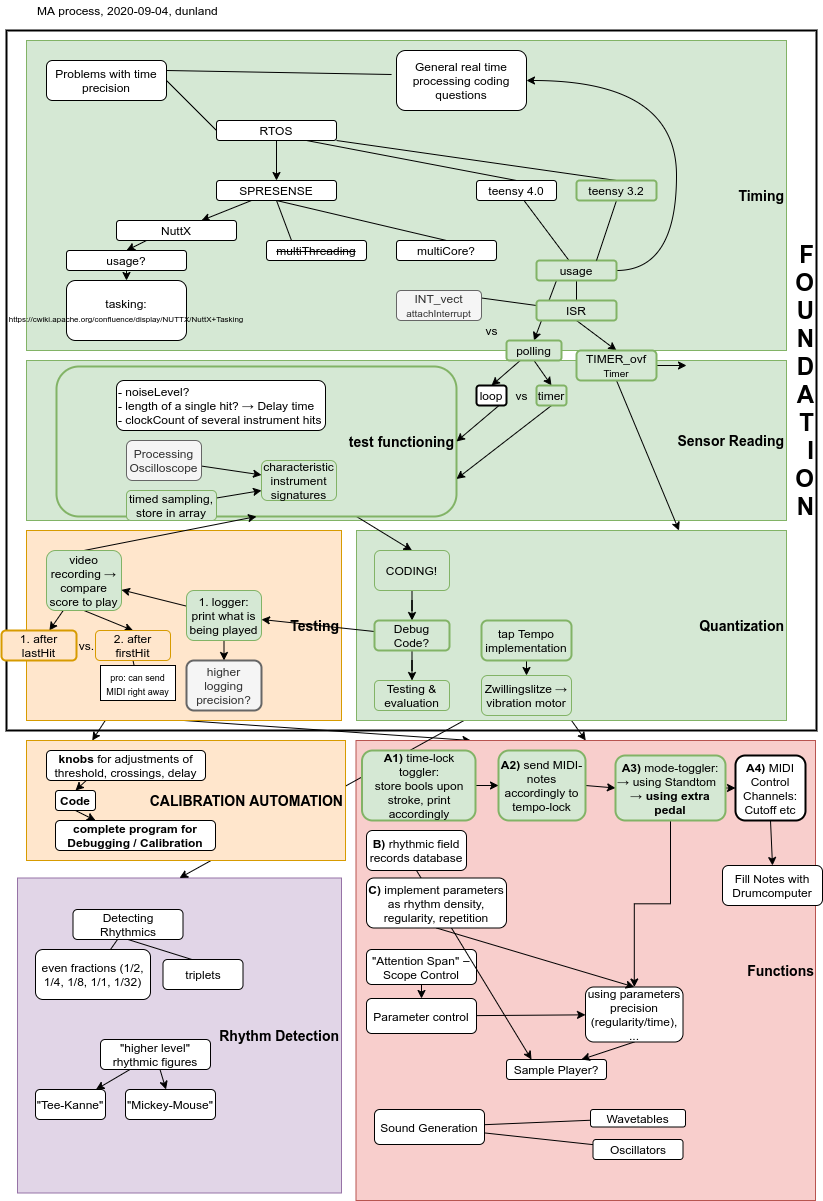
dunland/muscle keeps this draw.io diagram as muscle/Doc/MA_progress-current.png. Above is the earlier version. Source tidied: cells renumbered, new cells last; positions are measured from the earlier drawing's top-left corner, leaving out a move shared by most shapes.
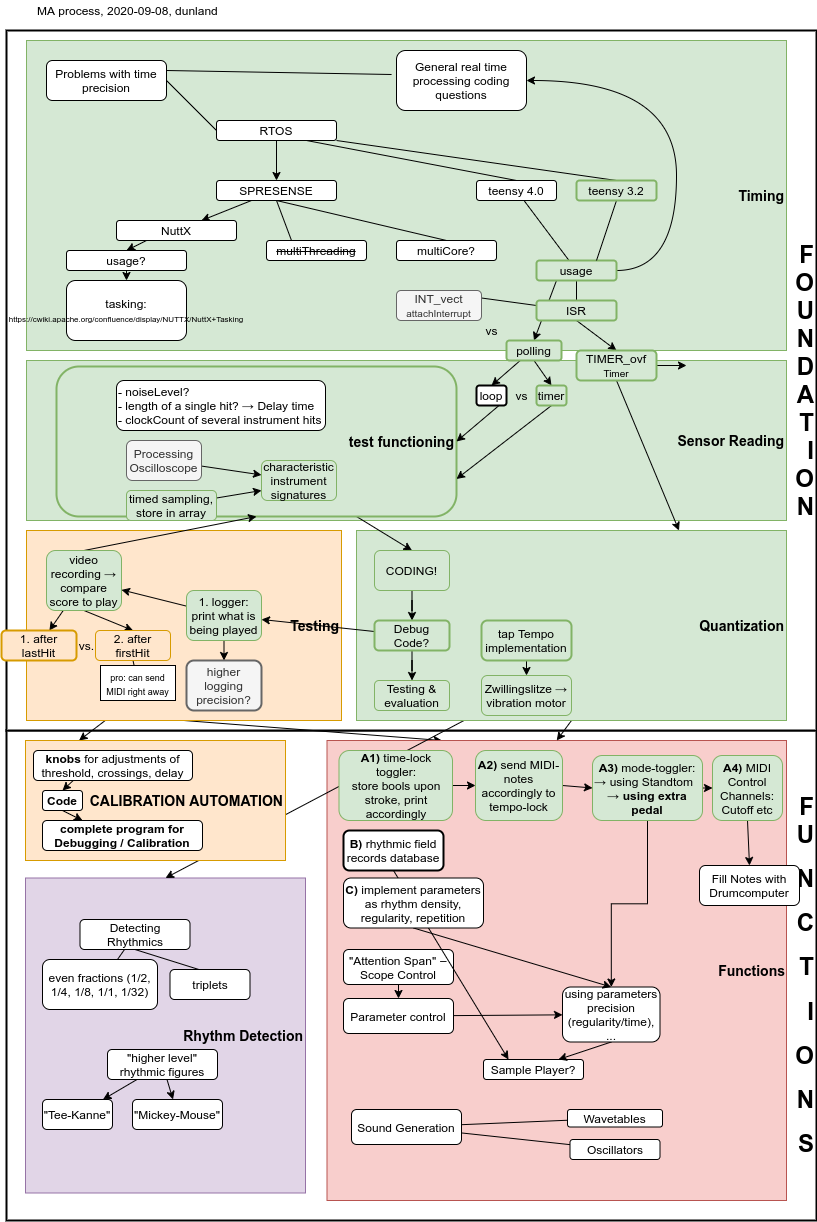
The same file after the commit.

Commit message:
SWELL USED FOR MIDI CC ONLY -- stable!

The edit, as a diff of the source:
```diff
@@ -2,6 +2,9 @@
   <root>
     <mxCell id="0" />
     <mxCell id="1" parent="0" />
+    <mxCell id="130" value="&lt;h1&gt;F&lt;br&gt;U&lt;/h1&gt;&lt;h1&gt;N&lt;/h1&gt;&lt;h1&gt;C&lt;/h1&gt;&lt;h1&gt;T&lt;/h1&gt;&lt;h1&gt;I&lt;/h1&gt;&lt;h1&gt;O&lt;/h1&gt;&lt;h1&gt;N&lt;/h1&gt;&lt;h1&gt;S&lt;/h1&gt;" style="rounded=0;whiteSpace=wrap;html=1;strokeWidth=2;align=right;" parent="1" vertex="1">
+      <mxGeometry x="5" y="730" width="810" height="490" as="geometry" />
+    </mxCell>
     <mxCell id="2" value="&lt;h1&gt;F&lt;br&gt;O&lt;br&gt;U&lt;br&gt;N&lt;br&gt;D&lt;br&gt;A&lt;br&gt;T&lt;br&gt;I&lt;br&gt;O&lt;br&gt;N&lt;/h1&gt;" style="rounded=0;whiteSpace=wrap;html=1;strokeWidth=2;align=right;" parent="1" vertex="1">
       <mxGeometry x="5" y="30" width="810" height="700" as="geometry" />
     </mxCell>
@@ -101,13 +104,13 @@
       <mxGeometry x="395" y="240" width="100" height="20" as="geometry" />
     </mxCell>
     <mxCell id="33" value="&lt;font size=&quot;1&quot;&gt;&lt;b style=&quot;font-size: 14px&quot;&gt;Rhythm Detection&lt;/b&gt;&lt;/font&gt;" style="rounded=0;whiteSpace=wrap;html=1;align=right;fillColor=#e1d5e7;strokeColor=#9673a6;" parent="1" vertex="1">
-      <mxGeometry x="16" y="877.5" width="324" height="315" as="geometry" />
+      <mxGeometry x="24" y="877.5" width="280" height="315" as="geometry" />
     </mxCell>
     <mxCell id="34" value="&lt;font size=&quot;1&quot;&gt;&lt;b style=&quot;font-size: 14px&quot;&gt;Functions&lt;br&gt;&lt;/b&gt;&lt;/font&gt;" style="rounded=0;whiteSpace=wrap;html=1;align=right;fillColor=#f8cecc;strokeColor=#b85450;" parent="1" vertex="1">
-      <mxGeometry x="354.5" y="740" width="459.5" height="460" as="geometry" />
+      <mxGeometry x="325.5" y="740" width="459.5" height="460" as="geometry" />
     </mxCell>
     <mxCell id="35" value="Sample Player?" style="rounded=1;whiteSpace=wrap;html=1;" parent="1" vertex="1">
-      <mxGeometry x="505" y="1059" width="100" height="20" as="geometry" />
+      <mxGeometry x="482" y="1059" width="100" height="20" as="geometry" />
     </mxCell>
     <mxCell id="36" style="edgeStyle=none;rounded=0;jettySize=auto;html=1;endArrow=none;endFill=0;" parent="1" edge="1" source="38" target="40">
       <mxGeometry relative="1" as="geometry" />
@@ -116,25 +119,25 @@
       <mxGeometry relative="1" as="geometry" />
     </mxCell>
     <mxCell id="38" value="Sound Generation" style="rounded=1;whiteSpace=wrap;html=1;" parent="1" vertex="1">
-      <mxGeometry x="373" y="1109" width="110" height="35" as="geometry" />
+      <mxGeometry x="350" y="1109" width="110" height="35" as="geometry" />
     </mxCell>
     <mxCell id="39" value="Wavetables" style="rounded=1;whiteSpace=wrap;html=1;" parent="1" vertex="1">
-      <mxGeometry x="589" y="1109" width="95" height="17.5" as="geometry" />
+      <mxGeometry x="566" y="1109" width="95" height="17.5" as="geometry" />
     </mxCell>
     <mxCell id="40" value="Oscillators" style="rounded=1;whiteSpace=wrap;html=1;" parent="1" vertex="1">
-      <mxGeometry x="591.5" y="1139" width="90" height="20" as="geometry" />
+      <mxGeometry x="568.5" y="1139" width="90" height="20" as="geometry" />
     </mxCell>
     <mxCell id="41" style="edgeStyle=none;rounded=0;jettySize=auto;html=1;" parent="1" edge="1" source="42" target="44">
       <mxGeometry relative="1" as="geometry" />
     </mxCell>
     <mxCell id="42" value="&quot;Attention Span&quot; ‒ Scope Control" style="rounded=1;whiteSpace=wrap;html=1;" parent="1" vertex="1">
-      <mxGeometry x="365" y="949" width="110" height="35" as="geometry" />
+      <mxGeometry x="342" y="949" width="110" height="35" as="geometry" />
     </mxCell>
     <mxCell id="43" style="edgeStyle=none;rounded=0;jettySize=auto;html=1;endArrow=classic;endFill=1;" parent="1" edge="1" source="44" target="117">
       <mxGeometry relative="1" as="geometry" />
     </mxCell>
     <mxCell id="44" value="Parameter control" style="rounded=1;whiteSpace=wrap;html=1;" parent="1" vertex="1">
-      <mxGeometry x="365" y="998" width="110" height="35" as="geometry" />
+      <mxGeometry x="342" y="998" width="110" height="35" as="geometry" />
     </mxCell>
     <mxCell id="45" style="edgeStyle=none;rounded=0;jettySize=auto;html=1;endArrow=none;endFill=0;" parent="1" edge="1" source="47" target="48">
       <mxGeometry relative="1" as="geometry" />
@@ -143,13 +146,13 @@
       <mxGeometry relative="1" as="geometry" />
     </mxCell>
     <mxCell id="47" value="Detecting Rhythmics" style="rounded=1;whiteSpace=wrap;html=1;" parent="1" vertex="1">
-      <mxGeometry x="71.5" y="909" width="110" height="30" as="geometry" />
+      <mxGeometry x="78.5" y="919" width="110" height="30" as="geometry" />
     </mxCell>
     <mxCell id="48" value="even fractions (1/2, 1/4, 1/8, 1/1, 1/32)" style="rounded=1;whiteSpace=wrap;html=1;" parent="1" vertex="1">
-      <mxGeometry x="34" y="949" width="115" height="50" as="geometry" />
+      <mxGeometry x="41" y="959" width="115" height="50" as="geometry" />
     </mxCell>
     <mxCell id="49" value="triplets" style="rounded=1;whiteSpace=wrap;html=1;" parent="1" vertex="1">
-      <mxGeometry x="161.5" y="959" width="80" height="30" as="geometry" />
+      <mxGeometry x="168.5" y="969" width="80" height="30" as="geometry" />
     </mxCell>
     <mxCell id="50" style="edgeStyle=none;rounded=0;jettySize=auto;html=1;" parent="1" edge="1" source="52" target="54">
       <mxGeometry relative="1" as="geometry" />
@@ -158,15 +161,15 @@
       <mxGeometry relative="1" as="geometry" />
     </mxCell>
     <mxCell id="52" value="&quot;higher level&quot; rhythmic figures" style="rounded=1;whiteSpace=wrap;html=1;" parent="1" vertex="1">
-      <mxGeometry x="99" y="1039" width="110" height="30" as="geometry" />
+      <mxGeometry x="106" y="1049" width="110" height="30" as="geometry" />
     </mxCell>
     <mxCell id="53" value="&quot;Mickey-Mouse&quot;" style="rounded=1;whiteSpace=wrap;html=1;" parent="1" vertex="1">
-      <mxGeometry x="124" y="1089" width="90" height="30" as="geometry" />
+      <mxGeometry x="131" y="1099" width="90" height="30" as="geometry" />
     </mxCell>
     <mxCell id="54" value="&quot;Tee-Kanne&quot;" style="rounded=1;whiteSpace=wrap;html=1;" parent="1" vertex="1">
-      <mxGeometry x="34" y="1089" width="70" height="30" as="geometry" />
+      <mxGeometry x="41" y="1099" width="70" height="30" as="geometry" />
     </mxCell>
-    <mxCell id="55" value="&lt;div align=&quot;left&quot;&gt;MA process, 2020-09-04, dunland&lt;br&gt;&lt;/div&gt;" style="text;html=1;strokeColor=none;fillColor=none;align=left;verticalAlign=middle;whiteSpace=wrap;rounded=0;" parent="1" vertex="1">
+    <mxCell id="55" value="&lt;div align=&quot;left&quot;&gt;MA process, 2020-09-08, dunland&lt;br&gt;&lt;/div&gt;" style="text;html=1;strokeColor=none;fillColor=none;align=left;verticalAlign=middle;whiteSpace=wrap;rounded=0;" parent="1" vertex="1">
       <mxGeometry x="34" width="350" height="20" as="geometry" />
     </mxCell>
     <mxCell id="56" style="edgeStyle=none;rounded=0;jettySize=auto;html=1;entryX=0.5;entryY=0;entryDx=0;entryDy=0;exitX=0.25;exitY=1;exitDx=0;exitDy=0;" parent="1" edge="1" source="58" target="33">
@@ -188,7 +191,7 @@
       <mxGeometry x="535" y="300" width="80" height="20" as="geometry" />
     </mxCell>
     <mxCell id="62" value="Fill Notes with Drumcomputer" style="rounded=1;whiteSpace=wrap;html=1;" parent="1" vertex="1">
-      <mxGeometry x="721" y="865" width="100" height="40" as="geometry" />
+      <mxGeometry x="698" y="865" width="100" height="40" as="geometry" />
     </mxCell>
     <mxCell id="63" style="edgeStyle=none;rounded=0;jettySize=auto;html=1;exitX=0.5;exitY=1;exitDx=0;exitDy=0;entryX=0.5;entryY=0;entryDx=0;entryDy=0;" parent="1" edge="1" source="64" target="18">
       <mxGeometry relative="1" as="geometry" />
@@ -310,7 +313,7 @@
       <mxGeometry x="373" y="680" width="75" height="30" as="geometry" />
     </mxCell>
     <mxCell id="102" value="&lt;h3&gt;CALIBRATION AUTOMATION&lt;/h3&gt;" style="rounded=0;whiteSpace=wrap;html=1;strokeWidth=1;fillColor=#ffe6cc;strokeColor=#d79b00;align=right;" parent="1" vertex="1">
-      <mxGeometry x="25" y="740" width="319" height="120" as="geometry" />
+      <mxGeometry x="24" y="740" width="260" height="120" as="geometry" />
     </mxCell>
     <mxCell id="103" style="edgeStyle=none;rounded=0;jettySize=auto;html=1;entryX=0.5;entryY=0;entryDx=0;entryDy=0;" parent="1" edge="1" source="104" target="112">
       <mxGeometry relative="1" as="geometry" />
@@ -328,16 +331,16 @@
       <mxGeometry relative="1" as="geometry" />
     </mxCell>
     <mxCell id="108" value="&lt;b&gt;knobs&lt;/b&gt; for adjustments of threshold, crossings, delay" style="rounded=1;whiteSpace=wrap;html=1;strokeWidth=1;" parent="1" vertex="1">
-      <mxGeometry x="45" y="750" width="159" height="30" as="geometry" />
+      <mxGeometry x="32" y="750" width="159" height="30" as="geometry" />
     </mxCell>
     <mxCell id="109" style="edgeStyle=none;rounded=0;jettySize=auto;html=1;exitX=0.5;exitY=1;exitDx=0;exitDy=0;entryX=0.25;entryY=0;entryDx=0;entryDy=0;" parent="1" edge="1" source="110" target="111">
       <mxGeometry relative="1" as="geometry" />
     </mxCell>
     <mxCell id="110" value="&lt;b&gt;Code&lt;/b&gt;" style="rounded=1;whiteSpace=wrap;html=1;strokeWidth=1;" parent="1" vertex="1">
-      <mxGeometry x="54" y="790" width="40" height="20" as="geometry" />
+      <mxGeometry x="41" y="790" width="40" height="20" as="geometry" />
     </mxCell>
     <mxCell id="111" value="&lt;b&gt;complete program for Debugging / Calibration&lt;/b&gt;" style="rounded=1;whiteSpace=wrap;html=1;strokeWidth=1;" parent="1" vertex="1">
-      <mxGeometry x="54" y="820" width="160" height="30" as="geometry" />
+      <mxGeometry x="41" y="820" width="160" height="30" as="geometry" />
     </mxCell>
     <mxCell id="112" value="Zwillingslitze → vibration motor" style="rounded=1;whiteSpace=wrap;html=1;strokeWidth=1;fillColor=#d5e8d4;strokeColor=#82b366;" parent="1" vertex="1">
       <mxGeometry x="480" y="675" width="90" height="40" as="geometry" />
@@ -348,26 +351,26 @@
     <mxCell id="114" style="edgeStyle=none;rounded=0;jettySize=auto;html=1;exitX=1;exitY=0.5;exitDx=0;exitDy=0;entryX=0;entryY=0.5;entryDx=0;entryDy=0;" parent="1" edge="1" source="115" target="129">
       <mxGeometry relative="1" as="geometry" />
     </mxCell>
-    <mxCell id="115" value="&lt;b&gt;A2)&lt;/b&gt; send MIDI-notes accordingly to tempo-lock" style="rounded=1;whiteSpace=wrap;html=1;strokeWidth=2;fillColor=#d5e8d4;strokeColor=#82b366;" parent="1" vertex="1">
-      <mxGeometry x="497" y="750" width="87" height="70" as="geometry" />
+    <mxCell id="115" value="&lt;b&gt;A2)&lt;/b&gt; send MIDI-notes accordingly to tempo-lock" style="rounded=1;whiteSpace=wrap;html=1;strokeWidth=1;fillColor=#d5e8d4;strokeColor=#82b366;" parent="1" vertex="1">
+      <mxGeometry x="474" y="750" width="87" height="70" as="geometry" />
     </mxCell>
     <mxCell id="116" style="edgeStyle=none;rounded=0;jettySize=auto;html=1;exitX=0.5;exitY=1;exitDx=0;exitDy=0;entryX=0.75;entryY=0;entryDx=0;entryDy=0;endArrow=classic;endFill=1;" parent="1" edge="1" source="117" target="35">
       <mxGeometry relative="1" as="geometry" />
     </mxCell>
     <mxCell id="117" value="using parameters precision (regularity/time), ..." style="rounded=1;whiteSpace=wrap;html=1;strokeWidth=1;" parent="1" vertex="1">
-      <mxGeometry x="584" y="986.5" width="97.5" height="55" as="geometry" />
+      <mxGeometry x="561" y="986.5" width="97.5" height="55" as="geometry" />
     </mxCell>
     <mxCell id="118" style="edgeStyle=none;rounded=0;jettySize=auto;html=1;exitX=0.5;exitY=1;exitDx=0;exitDy=0;entryX=0.25;entryY=0;entryDx=0;entryDy=0;endArrow=classic;endFill=1;" parent="1" edge="1" source="119" target="35">
       <mxGeometry relative="1" as="geometry" />
     </mxCell>
-    <mxCell id="119" value="&lt;b&gt;B)&lt;/b&gt; rhythmic field records database" style="rounded=1;whiteSpace=wrap;html=1;" parent="1" vertex="1">
-      <mxGeometry x="365" y="830" width="100" height="40" as="geometry" />
+    <mxCell id="119" value="&lt;b&gt;B)&lt;/b&gt; rhythmic field records database" style="rounded=1;whiteSpace=wrap;html=1;strokeWidth=2;" parent="1" vertex="1">
+      <mxGeometry x="342" y="830" width="100" height="40" as="geometry" />
     </mxCell>
     <mxCell id="120" style="rounded=0;jettySize=auto;html=1;exitX=1;exitY=0.5;exitDx=0;exitDy=0;entryX=0;entryY=0.5;entryDx=0;entryDy=0;" parent="1" edge="1" source="121" target="115">
       <mxGeometry relative="1" as="geometry" />
     </mxCell>
-    <mxCell id="121" value="&lt;b&gt;A1)&lt;/b&gt; time-lock toggler:&lt;br&gt;store bools upon stroke, print accordingly" style="rounded=1;whiteSpace=wrap;html=1;strokeWidth=2;fillColor=#d5e8d4;strokeColor=#82b366;" parent="1" vertex="1">
-      <mxGeometry x="360.5" y="750" width="113.5" height="70" as="geometry" />
+    <mxCell id="121" value="&lt;b&gt;A1)&lt;/b&gt; time-lock toggler:&lt;br&gt;store bools upon stroke, print accordingly" style="rounded=1;whiteSpace=wrap;html=1;strokeWidth=1;fillColor=#d5e8d4;strokeColor=#82b366;" parent="1" vertex="1">
+      <mxGeometry x="337.5" y="750" width="113.5" height="70" as="geometry" />
     </mxCell>
     <mxCell id="122" value="higher logging precision?" style="rounded=1;whiteSpace=wrap;html=1;strokeWidth=2;fillColor=#f5f5f5;strokeColor=#666666;fontColor=#333333;" parent="1" vertex="1">
       <mxGeometry x="185" y="660" width="75" height="50" as="geometry" />
@@ -381,17 +384,17 @@
     <mxCell id="125" style="edgeStyle=none;rounded=0;jettySize=auto;html=1;exitX=0.5;exitY=1;exitDx=0;exitDy=0;entryX=0.5;entryY=0;entryDx=0;entryDy=0;endArrow=classic;endFill=1;" parent="1" edge="1" source="126" target="62">
       <mxGeometry relative="1" as="geometry" />
     </mxCell>
-    <mxCell id="126" value="&lt;b&gt;A4)&lt;/b&gt;&amp;nbsp;MIDI Control Channels: Cutoff etc" style="rounded=1;whiteSpace=wrap;html=1;strokeWidth=2;" parent="1" vertex="1">
-      <mxGeometry x="734" y="755" width="70" height="65" as="geometry" />
+    <mxCell id="126" value="&lt;b&gt;A4)&lt;/b&gt;&amp;nbsp;MIDI Control Channels: Cutoff etc" style="rounded=1;whiteSpace=wrap;html=1;strokeWidth=1;fillColor=#d5e8d4;strokeColor=#82b366;" parent="1" vertex="1">
+      <mxGeometry x="711" y="755" width="70" height="65" as="geometry" />
     </mxCell>
     <mxCell id="127" style="edgeStyle=none;rounded=0;jettySize=auto;html=1;exitX=0.5;exitY=1;exitDx=0;exitDy=0;entryX=0.5;entryY=0;entryDx=0;entryDy=0;endArrow=classic;endFill=1;" parent="1" edge="1" source="128" target="117">
       <mxGeometry relative="1" as="geometry" />
     </mxCell>
     <mxCell id="128" value="&lt;b&gt;C)&lt;/b&gt;&amp;nbsp;implement parameters as rhythm density, regularity, repetition" style="rounded=1;whiteSpace=wrap;html=1;" parent="1" vertex="1">
-      <mxGeometry x="365" y="877.5" width="140" height="50" as="geometry" />
+      <mxGeometry x="342" y="877.5" width="140" height="50" as="geometry" />
     </mxCell>
-    <mxCell id="129" value="&lt;b&gt;A3)&lt;/b&gt;&amp;nbsp;mode-toggler:&lt;br&gt;→ using Standtom&amp;nbsp;&amp;nbsp;&lt;br&gt;&lt;b&gt;→ using extra pedal&lt;/b&gt;" style="rounded=1;whiteSpace=wrap;html=1;strokeWidth=2;fillColor=#d5e8d4;strokeColor=#82b366;" parent="1" vertex="1">
-      <mxGeometry x="614" y="755" width="110" height="65" as="geometry" />
+    <mxCell id="129" value="&lt;b&gt;A3)&lt;/b&gt;&amp;nbsp;mode-toggler:&lt;br&gt;→ using Standtom&amp;nbsp;&amp;nbsp;&lt;br&gt;&lt;b&gt;→ using extra pedal&lt;/b&gt;" style="rounded=1;whiteSpace=wrap;html=1;strokeWidth=1;fillColor=#d5e8d4;strokeColor=#82b366;" parent="1" vertex="1">
+      <mxGeometry x="591" y="755" width="110" height="65" as="geometry" />
     </mxCell>
   </root>
 </mxGraphModel>
```
